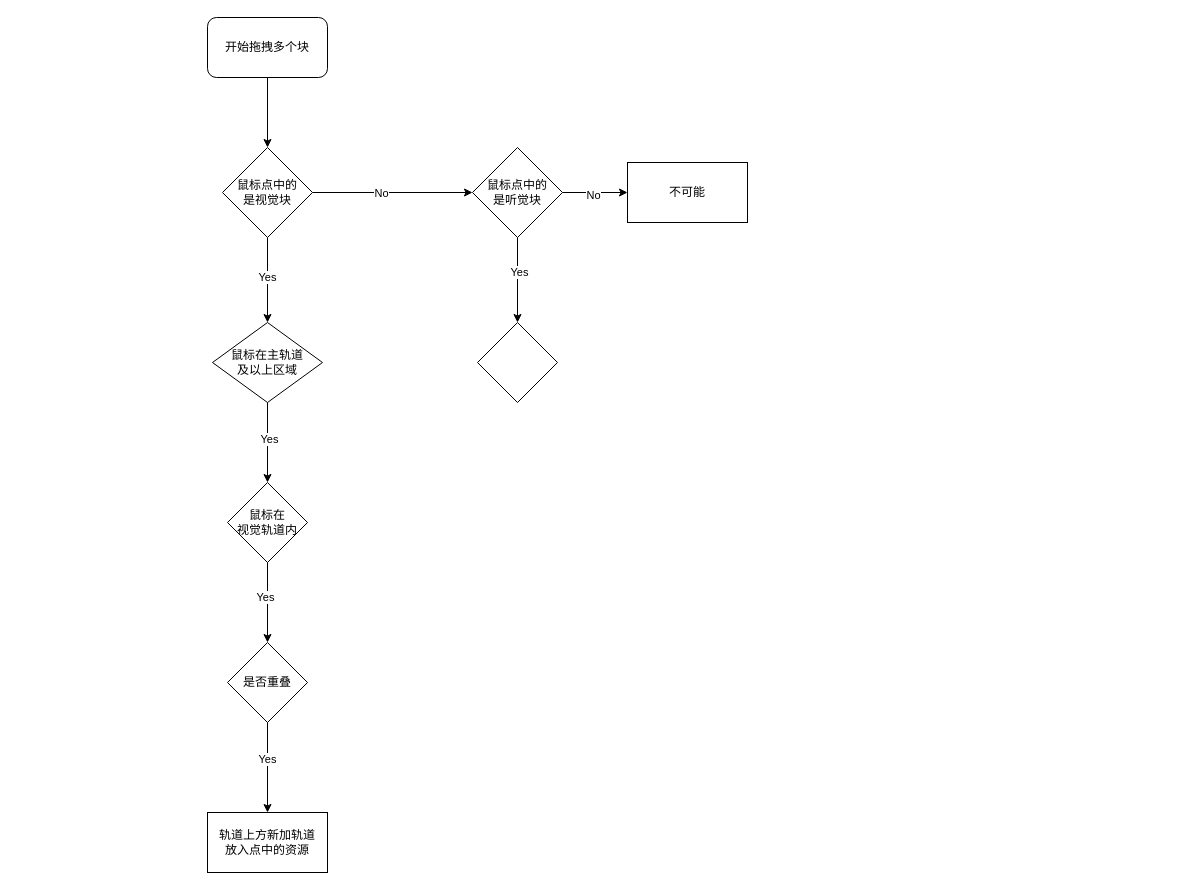
Before: page "第 3 页" (3 of 3) of drag flow.drawio in macfanr/drawio, a draw.io diagram. Source tidied: cells renumbered, new cells numbered last; positions are measured from the earlier drawing's top-left corner, leaving out a move shared by most shapes. Both pictures are drawn from the tidied source at 100%, with x=0, y=0 at pixel (207, 17).
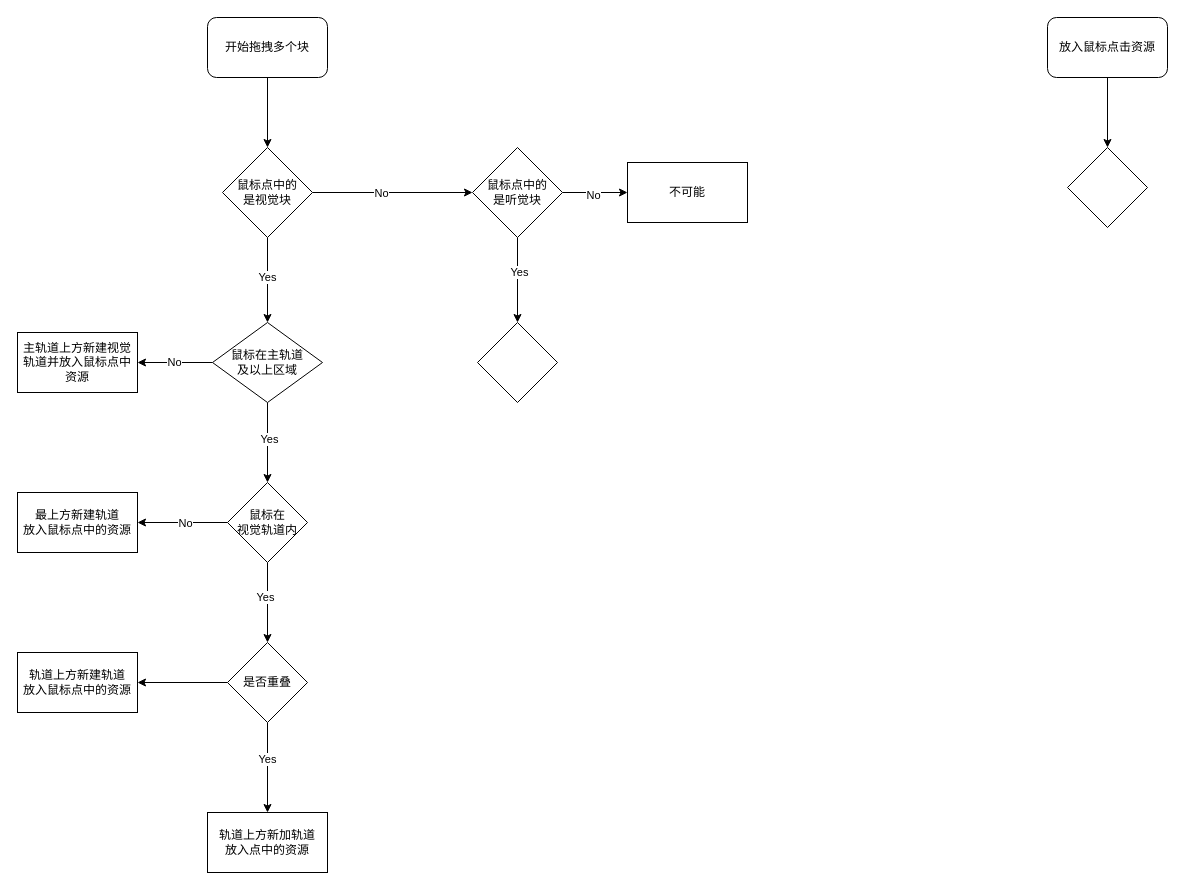
The same diagram, later.

Unchanged cells that the change refers to:
```xml
<mxCell id="11" value="鼠标在主轨道&lt;br&gt;及以上区域" style="rhombus;whiteSpace=wrap;html=1;rounded=0;" parent="1" vertex="1">
  <mxGeometry x="5" y="305" width="110" height="80" as="geometry" />
</mxCell>
<mxCell id="21" value="鼠标在&lt;br&gt;视觉轨道内" style="rhombus;whiteSpace=wrap;html=1;rounded=0;" parent="1" vertex="1">
  <mxGeometry x="20" y="465" width="80" height="80" as="geometry" />
</mxCell>
<mxCell id="24" value="是否重叠" style="rhombus;whiteSpace=wrap;html=1;rounded=0;" parent="1" vertex="1">
  <mxGeometry x="20" y="625" width="80" height="80" as="geometry" />
</mxCell>
```

What changed in the source:
```diff
@@
+    <mxCell id="26" value="No" style="edgeStyle=orthogonalEdgeStyle;rounded=0;jettySize=auto;html=1;endArrow=classic;endFill=1;" parent="1" edge="1" source="11" target="30">
+      <mxGeometry relative="1" as="geometry" />
+    </mxCell>
@@
+    <mxCell id="27" style="edgeStyle=orthogonalEdgeStyle;rounded=0;jettySize=auto;html=1;endArrow=classic;endFill=1;" parent="1" edge="1" source="21" target="31">
+      <mxGeometry relative="1" as="geometry" />
+    </mxCell>
+    <mxCell id="28" value="No" style="edgeLabel;html=1;align=center;verticalAlign=middle;" parent="27" vertex="1">
+      <mxGeometry x="-0.05" relative="1" as="geometry" />
+    </mxCell>
@@
+    <mxCell id="29" style="edgeStyle=orthogonalEdgeStyle;rounded=0;jettySize=auto;html=1;endArrow=classic;endFill=1;" parent="1" edge="1" source="24" target="32">
+      <mxGeometry relative="1" as="geometry" />
+    </mxCell>
@@
+    <mxCell id="30" value="主轨道上方新建视觉&lt;br&gt;轨道并放入鼠标点中资源" style="whiteSpace=wrap;html=1;rounded=0;" parent="1" vertex="1">
+      <mxGeometry x="-190" y="315" width="120" height="60" as="geometry" />
+    </mxCell>
+    <mxCell id="31" value="最上方新建轨道&lt;br&gt;放入鼠标点中的资源" style="whiteSpace=wrap;html=1;rounded=0;" parent="1" vertex="1">
+      <mxGeometry x="-190" y="475" width="120" height="60" as="geometry" />
+    </mxCell>
+    <mxCell id="32" value="轨道上方新建轨道&lt;br&gt;放入鼠标点中的资源" style="whiteSpace=wrap;html=1;rounded=0;" parent="1" vertex="1">
+      <mxGeometry x="-190" y="635" width="120" height="60" as="geometry" />
+    </mxCell>
+    <mxCell id="33" style="edgeStyle=orthogonalEdgeStyle;rounded=0;jettySize=auto;html=1;endArrow=classic;endFill=1;" parent="1" edge="1" source="34" target="35">
+      <mxGeometry relative="1" as="geometry" />
+    </mxCell>
+    <mxCell id="34" value="放入鼠标点击资源" style="rounded=1;whiteSpace=wrap;html=1;" parent="1" vertex="1">
+      <mxGeometry x="840" width="120" height="60" as="geometry" />
+    </mxCell>
+    <mxCell id="35" style="rhombus;whiteSpace=wrap;html=1;rounded=0;" parent="1" vertex="1">
+      <mxGeometry x="860" y="130" width="80" height="80" as="geometry" />
+    </mxCell>
```
